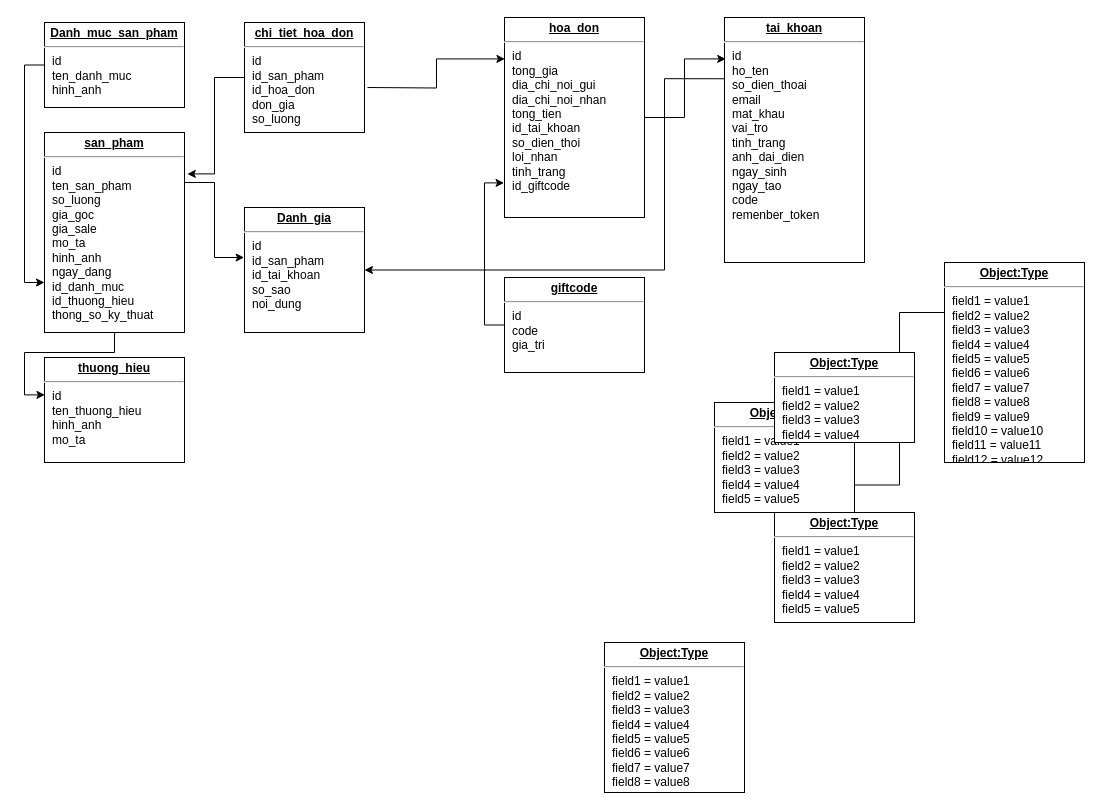
Earlier version of the draw.io diagram Untitled Diagram.drawio (leducgiachoang/eclickbuy). Source tidied: cells renumbered, new cells numbered last; positions are measured from the earlier drawing's top-left corner, leaving out a move shared by most shapes. Both pictures are drawn from the tidied source at 100%, with x=0, y=0 at pixel (44, 17).
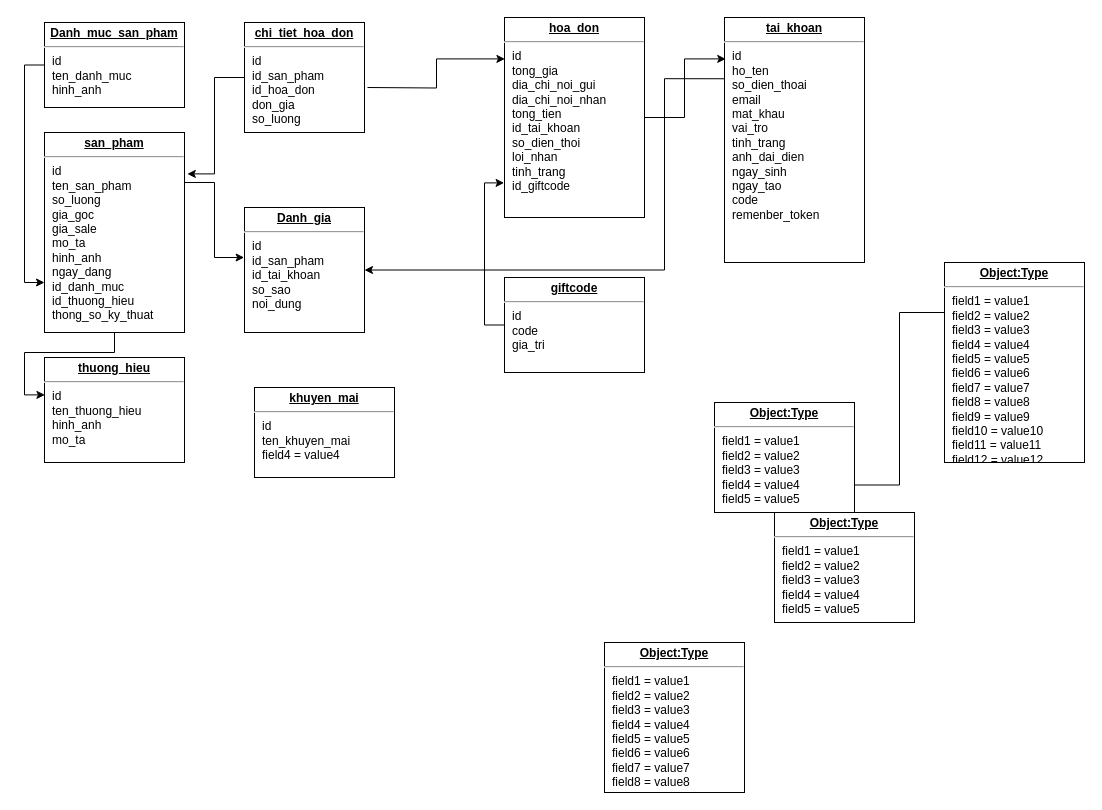
After the change.

Change to the diagram source:
```diff
@@
-    <mxCell id="21" value="&lt;p style=&quot;margin: 0px ; margin-top: 4px ; text-align: center ; text-decoration: underline&quot;&gt;&lt;b&gt;Object:Type&lt;/b&gt;&lt;/p&gt;&lt;hr&gt;&lt;p style=&quot;margin: 0px ; margin-left: 8px&quot;&gt;field1 = value1&lt;br&gt;field2 = value2&lt;br&gt;field3 = value3&lt;/p&gt;&lt;p style=&quot;margin: 0px ; margin-left: 8px&quot;&gt;field4 = value4&lt;/p&gt;" style="verticalAlign=top;align=left;overflow=fill;fontSize=12;fontFamily=Helvetica;html=1;rounded=0;shadow=0;comic=0;labelBackgroundColor=none;strokeWidth=1;" parent="1" vertex="1">
-      <mxGeometry x="730" y="335" width="140" height="90" as="geometry" />
+    <mxCell id="21" value="&lt;p style=&quot;margin: 0px ; margin-top: 4px ; text-align: center ; text-decoration: underline&quot;&gt;&lt;b&gt;khuyen_mai&lt;/b&gt;&lt;/p&gt;&lt;hr&gt;&lt;p style=&quot;margin: 0px ; margin-left: 8px&quot;&gt;id&lt;/p&gt;&lt;p style=&quot;margin: 0px ; margin-left: 8px&quot;&gt;ten_khuyen_mai&lt;br&gt;&lt;/p&gt;&lt;p style=&quot;margin: 0px ; margin-left: 8px&quot;&gt;field4 = value4&lt;/p&gt;" style="verticalAlign=top;align=left;overflow=fill;fontSize=12;fontFamily=Helvetica;html=1;rounded=0;shadow=0;comic=0;labelBackgroundColor=none;strokeWidth=1;" parent="1" vertex="1">
+      <mxGeometry x="210" y="370" width="140" height="90" as="geometry" />
     </mxCell>
```
